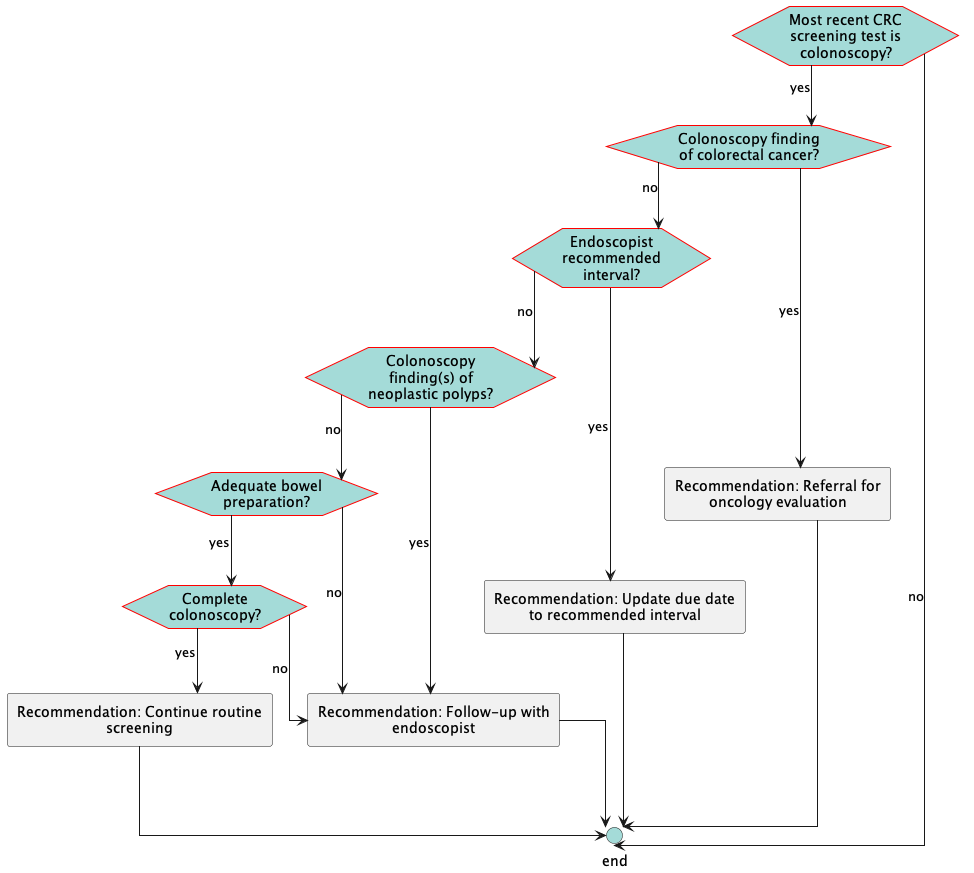
This is images/flow-FollowUpColonoscopy.png from ccsm-cds-tools/CDC-Colorectal-Cancer-Screening-CDS-L2, a PlantUML export, as it was before one commit.
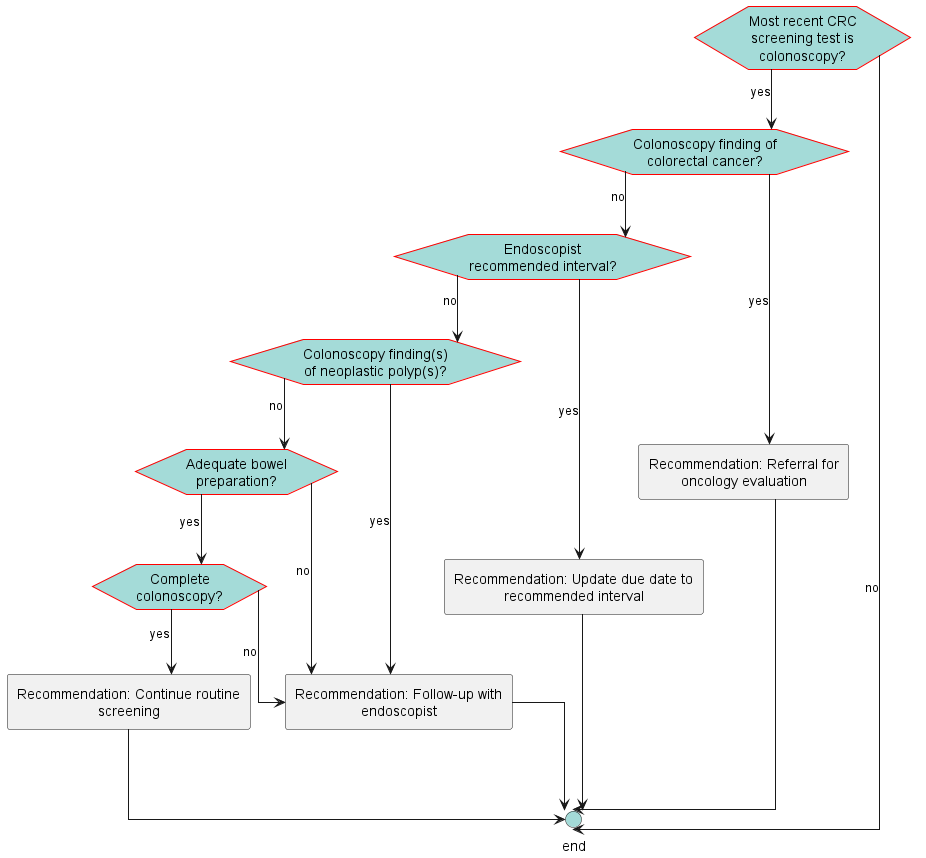
The same diagram one commit later.

What changed in the source:
```diff
@@ -20,7 +20,7 @@
 hexagon "Most recent CRC screening test is colonoscopy?" as eve_lastTestColonoscopy [[#eve-lastTestColonoscopy]]
 hexagon "Colonoscopy finding of colorectal cancer?" as eve_colonoscopyFindingCRC [[#eve-colonoscopyFindingCRC]]
 hexagon "Endoscopist recommended interval?" as eve_recommendedInterval [[#eve-recommendedInterval]]
-hexagon "Colonoscopy finding(s) of neoplastic polyps?" as eve_colonoscopyFindingPolyps [[#eve-colonoscopyFindingPolyps]]
+hexagon "Colonoscopy finding(s) of neoplastic polyp(s)?" as eve_colonoscopyFindingPolyps [[#eve-colonoscopyFindingPolyps]]
 hexagon "Adequate bowel preparation?" as eve_adequateBowelPrep [[#eve-adequateBowelPrep]]
 hexagon "Complete colonoscopy?" as eve_cecalIntubation [[#eve-cecalIntubation]]
 rectangle "Recommendation: Update due date to recommended interval" as act_updateDueDatePerInterval [[#act-updateDueDatePerInterval]]
```
